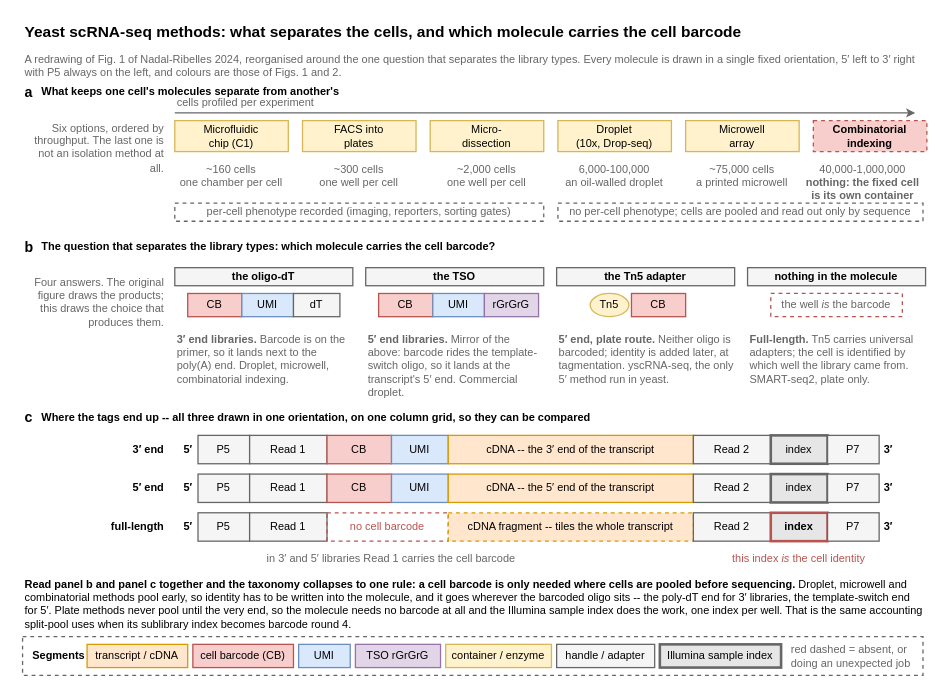
Before: notes/assets/drawio/scrnaseq-method-taxonomy.drawio in Mjvolk3/torchcell, a draw.io diagram. Source tidied: cells renumbered, new cells numbered last; positions are measured from the earlier drawing's top-left corner, leaving out a move shared by most shapes. Both pictures are drawn from the tidied source at 129%, with x=0, y=0 at pixel (22, 22).
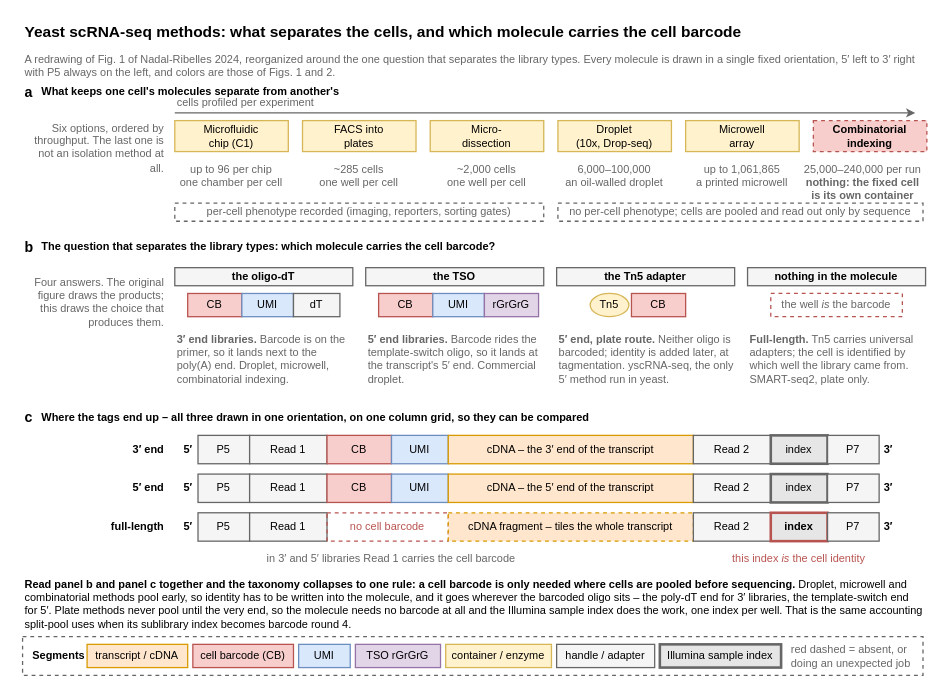
Above is the later version.

Diff of the diagram source:
```diff
@@
-    <mxCell id="3" value="A redrawing of Fig. 1 of Nadal-Ribelles 2024, reorganised around the one question that separates the library types. Every molecule is drawn in a single fixed orientation, 5′ left to 3′ right with P5 always on the left, and colours are those of Figs. 1 and 2." style="text;html=1;whiteSpace=wrap;align=left;verticalAlign=top;fontFamily=Arial;fontSize=8.5;fontColor=#666666;" parent="1" vertex="1">
+    <mxCell id="3" value="A redrawing of Fig. 1 of Nadal-Ribelles 2024, reorganized around the one question that separates the library types. Every molecule is drawn in a single fixed orientation, 5′ left to 3′ right with P5 always on the left, and colors are those of Figs. 1 and 2." style="text;html=1;whiteSpace=wrap;align=left;verticalAlign=top;fontFamily=Arial;fontSize=8.5;fontColor=#666666;" parent="1" vertex="1">
       <mxGeometry y="17" width="698" height="24" as="geometry" />
     </mxCell>
@@
-    <mxCell id="15" value="~160 cells&#10;one chamber per cell" style="text;html=1;whiteSpace=wrap;align=center;verticalAlign=top;fontFamily=Arial;fontSize=8.5;fontColor=#666666;" parent="1" vertex="1">
+    <mxCell id="15" value="up to 96 per chip&#10;one chamber per cell" style="text;html=1;whiteSpace=wrap;align=center;verticalAlign=top;fontFamily=Arial;fontSize=8.5;fontColor=#666666;" parent="1" vertex="1">
       <mxGeometry x="118" y="102" width="88" height="24" as="geometry" />
     </mxCell>
-    <mxCell id="16" value="~300 cells&#10;one well per cell" style="text;html=1;whiteSpace=wrap;align=center;verticalAlign=top;fontFamily=Arial;fontSize=8.5;fontColor=#666666;" parent="1" vertex="1">
+    <mxCell id="16" value="~285 cells&#10;one well per cell" style="text;html=1;whiteSpace=wrap;align=center;verticalAlign=top;fontFamily=Arial;fontSize=8.5;fontColor=#666666;" parent="1" vertex="1">
       <mxGeometry x="217" y="102" width="88" height="24" as="geometry" />
     </mxCell>
@@
-    <mxCell id="18" value="6,000-100,000&#10;an oil-walled droplet" style="text;html=1;whiteSpace=wrap;align=center;verticalAlign=top;fontFamily=Arial;fontSize=8.5;fontColor=#666666;" parent="1" vertex="1">
+    <mxCell id="18" value="6,000–100,000&#10;an oil-walled droplet" style="text;html=1;whiteSpace=wrap;align=center;verticalAlign=top;fontFamily=Arial;fontSize=8.5;fontColor=#666666;" parent="1" vertex="1">
       <mxGeometry x="415" y="102" width="88" height="24" as="geometry" />
     </mxCell>
-    <mxCell id="19" value="~75,000 cells&#10;a printed microwell" style="text;html=1;whiteSpace=wrap;align=center;verticalAlign=top;fontFamily=Arial;fontSize=8.5;fontColor=#666666;" parent="1" vertex="1">
+    <mxCell id="19" value="up to 1,061,865&#10;a printed microwell" style="text;html=1;whiteSpace=wrap;align=center;verticalAlign=top;fontFamily=Arial;fontSize=8.5;fontColor=#666666;" parent="1" vertex="1">
       <mxGeometry x="514" y="102" width="88" height="24" as="geometry" />
     </mxCell>
-    <mxCell id="20" value="40,000-1,000,000&#10;&lt;b&gt;nothing: the fixed cell is its own container&lt;/b&gt;" style="text;html=1;whiteSpace=wrap;align=center;verticalAlign=top;fontFamily=Arial;fontSize=8.5;fontColor=#666666;" parent="1" vertex="1">
+    <mxCell id="20" value="25,000–240,000 per run&#10;&lt;b&gt;nothing: the fixed cell is its own container&lt;/b&gt;" style="text;html=1;whiteSpace=wrap;align=center;verticalAlign=top;fontFamily=Arial;fontSize=8.5;fontColor=#666666;" parent="1" vertex="1">
       <mxGeometry x="605" y="102" width="93" height="34" as="geometry" />
     </mxCell>
@@
-    <mxCell id="40" value="&lt;b&gt;5′ end libraries.&lt;/b&gt; Mirror of the above: barcode rides the template-switch oligo, so it lands at the transcript's 5′ end. Commercial droplet." style="text;html=1;whiteSpace=wrap;align=left;verticalAlign=top;fontFamily=Arial;fontSize=8.5;fontColor=#666666;" parent="1" vertex="1">
+    <mxCell id="40" value="&lt;b&gt;5′ end libraries.&lt;/b&gt; Barcode rides the template-switch oligo, so it lands at the transcript's 5′ end. Commercial droplet." style="text;html=1;whiteSpace=wrap;align=left;verticalAlign=top;fontFamily=Arial;fontSize=8.5;fontColor=#666666;" parent="1" vertex="1">
       <mxGeometry x="266" y="234" width="138" height="46" as="geometry" />
     </mxCell>
@@
-    <mxCell id="44" value="Where the tags end up -- all three drawn in one orientation, on one column grid, so they can be compared" style="text;html=1;whiteSpace=wrap;align=left;verticalAlign=middle;fontFamily=Arial;fontSize=8.5;fontStyle=1;" parent="1" vertex="1">
+    <mxCell id="44" value="Where the tags end up – all three drawn in one orientation, on one column grid, so they can be compared" style="text;html=1;whiteSpace=wrap;align=left;verticalAlign=middle;fontFamily=Arial;fontSize=8.5;fontStyle=1;" parent="1" vertex="1">
       <mxGeometry x="13" y="300" width="620" height="12" as="geometry" />
     </mxCell>
@@
-    <mxCell id="51" value="cDNA -- the 3′ end of the transcript" style="rounded=0;whiteSpace=wrap;html=1;fillColor=#FFE6CC;strokeColor=#D79B00;fontFamily=Arial;fontSize=8.5;" parent="1" vertex="1">
+    <mxCell id="51" value="cDNA – the 3′ end of the transcript" style="rounded=0;whiteSpace=wrap;html=1;fillColor=#FFE6CC;strokeColor=#D79B00;fontFamily=Arial;fontSize=8.5;" parent="1" vertex="1">
       <mxGeometry x="330" y="320" width="190" height="22" as="geometry" />
     </mxCell>
@@
-    <mxCell id="62" value="cDNA -- the 5′ end of the transcript" style="rounded=0;whiteSpace=wrap;html=1;fillColor=#FFE6CC;strokeColor=#D79B00;fontFamily=Arial;fontSize=8.5;" parent="1" vertex="1">
+    <mxCell id="62" value="cDNA – the 5′ end of the transcript" style="rounded=0;whiteSpace=wrap;html=1;fillColor=#FFE6CC;strokeColor=#D79B00;fontFamily=Arial;fontSize=8.5;" parent="1" vertex="1">
       <mxGeometry x="330" y="350" width="190" height="22" as="geometry" />
     </mxCell>
@@
-    <mxCell id="72" value="cDNA fragment -- tiles the whole transcript" style="rounded=0;whiteSpace=wrap;html=1;fillColor=#FFE6CC;strokeColor=#D79B00;dashed=1;fontFamily=Arial;fontSize=8.5;" parent="1" vertex="1">
+    <mxCell id="72" value="cDNA fragment – tiles the whole transcript" style="rounded=0;whiteSpace=wrap;html=1;fillColor=#FFE6CC;strokeColor=#D79B00;dashed=1;fontFamily=Arial;fontSize=8.5;" parent="1" vertex="1">
       <mxGeometry x="330" y="380" width="190" height="22" as="geometry" />
     </mxCell>
@@
-    <mxCell id="79" value="&lt;b&gt;Read panel b and panel c together and the taxonomy collapses to one rule: a cell barcode is only needed where cells are pooled before sequencing.&lt;/b&gt; Droplet, microwell and combinatorial methods pool early, so identity has to be written into the molecule, and it goes wherever the barcoded oligo sits -- the poly-dT end for 3′ libraries, the template-switch end for 5′. Plate methods never pool until the very end, so the molecule needs no barcode at all and the Illumina sample index does the work, one index per well. That is the same accounting split-pool uses when its sublibrary index becomes barcode round 4." style="text;html=1;whiteSpace=wrap;align=left;verticalAlign=top;fontFamily=Arial;fontSize=8.5;" parent="1" vertex="1">
+    <mxCell id="79" value="&lt;b&gt;Read panel b and panel c together and the taxonomy collapses to one rule: a cell barcode is only needed where cells are pooled before sequencing.&lt;/b&gt; Droplet, microwell and combinatorial methods pool early, so identity has to be written into the molecule, and it goes wherever the barcoded oligo sits – the poly-dT end for 3′ libraries, the template-switch end for 5′. Plate methods never pool until the very end, so the molecule needs no barcode at all and the Illumina sample index does the work, one index per well. That is the same accounting split-pool uses when its sublibrary index becomes barcode round 4." style="text;html=1;whiteSpace=wrap;align=left;verticalAlign=top;fontFamily=Arial;fontSize=8.5;" parent="1" vertex="1">
       <mxGeometry y="424" width="698" height="46" as="geometry" />
     </mxCell>
```
